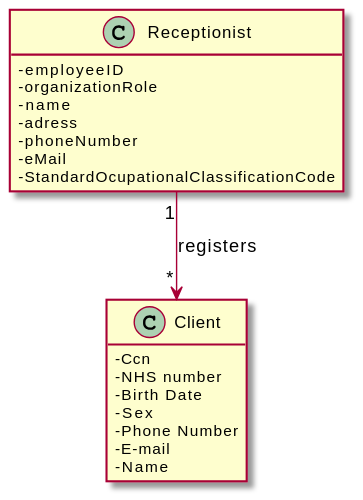
The PlantUML diagram docs/SprintB/US_3/US03-MD.svg in RuiRioPina/LAPR2-20-21, before a commit. Its diagram source:
```plantuml
@startuml
skinparam classAttributeIconSize 0
hide methods

class Receptionist {
  -employeeID
  -organizationRole
  -name
  -adress
  -phoneNumber
  -eMail
  -StandardOcupationalClassificationCode
}

class Client {
        - Ccn
	- NHS number
	- Birth Date
	- Sex
	- Tax Identification number(TIF)
	- Phone Number
	- E-mail
	- Name
}
Receptionist "1" --> "*" Client : registers
@enduml
```
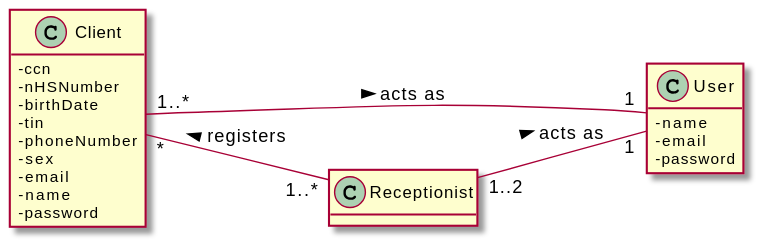
After the change.

The edit, as a diff of the source:
```diff
@@ -1,26 +1,31 @@
 @startuml
+hide methods
+left to right direction
 skinparam classAttributeIconSize 0
-hide methods
 
-class Receptionist {
-  -employeeID
-  -organizationRole
+
+
+
+class User {
   -name
-  -adress
-  -phoneNumber
-  -eMail
-  -StandardOcupationalClassificationCode
+  -email
+  -password
 }
 
+
 class Client {
-        - Ccn
-	- NHS number
-	- Birth Date
-	- Sex
-	- Tax Identification number(TIF)
-	- Phone Number
-	- E-mail
-	- Name
+  -ccn
+  -nHSNumber
+  -birthDate
+  -tin
+  -phoneNumber
+  -sex
+  -email
+  -name
+  -password
 }
-Receptionist "1" --> "*" Client : registers
+
+Client "*" -- "1..*" Receptionist: registers <
+Client "1..*" -- "1" User: acts as >
+Receptionist "1..2" -- "1" User: acts as >
 @enduml
```
